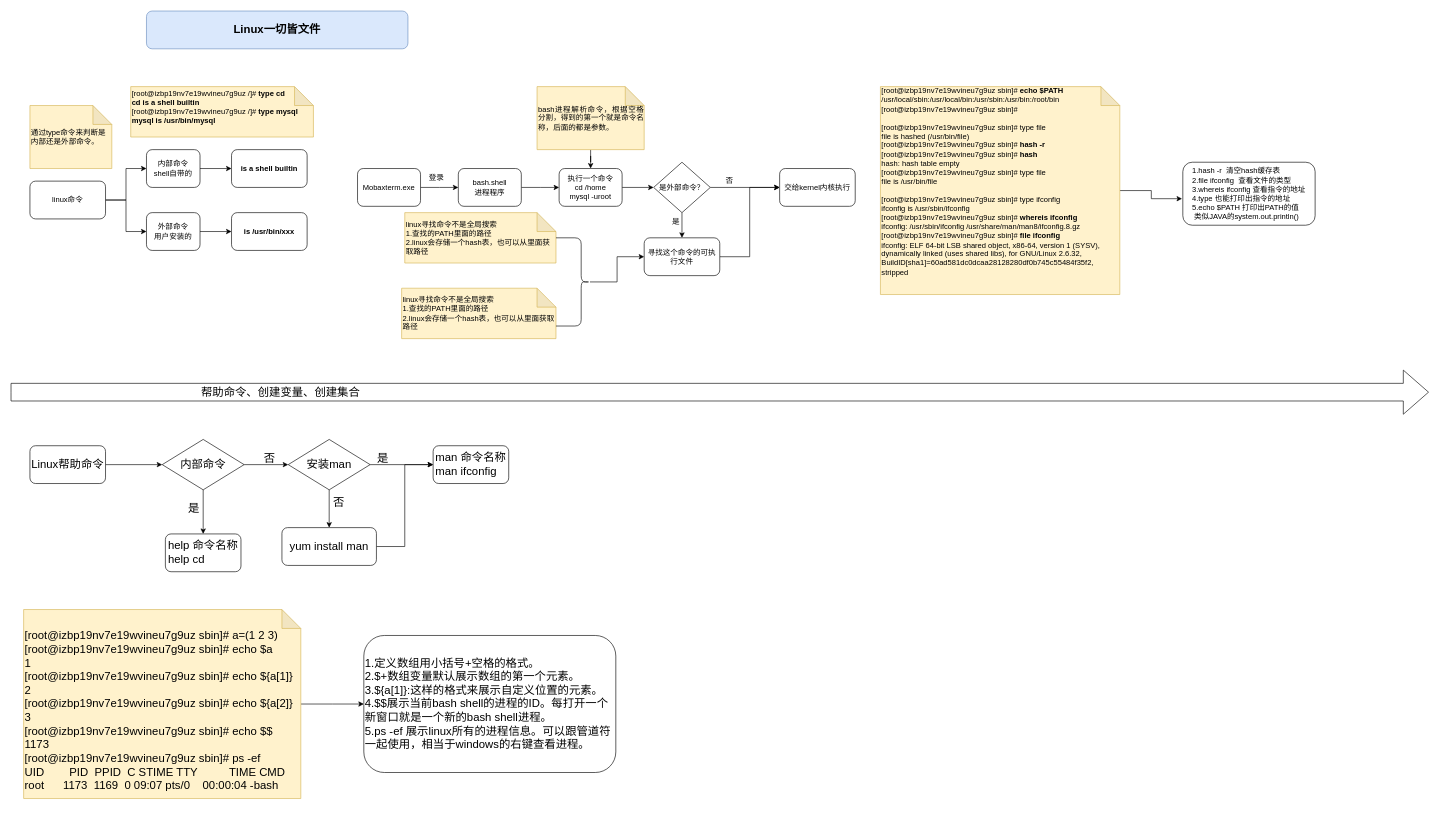
The draw.io diagram Others/linux.drawio in KGwolf/MyDraw, before the edit. Source tidied: cells renumbered, new cells numbered last; positions are measured from the earlier drawing's top-left corner, leaving out a move shared by most shapes. Both pictures are drawn from the tidied source at 63%, with x=0, y=0 at pixel (11, 11).
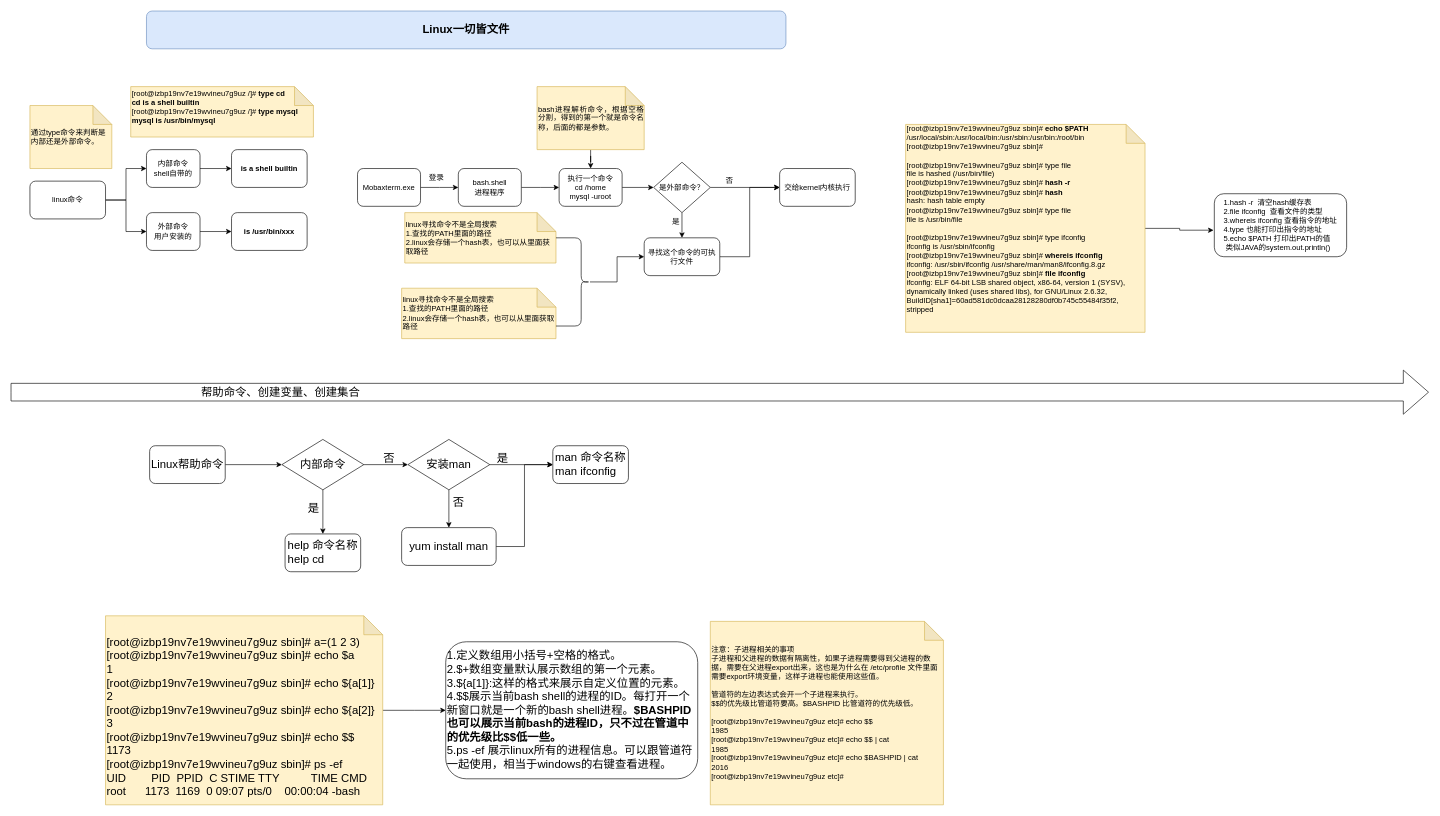
The same page after the edit.

The edit, as a diff of the source:
```diff
@@
     <mxCell id="33" value="&lt;div&gt;&lt;div&gt;[root@izbp19nv7e19wvineu7g9uz sbin]# &lt;b&gt;echo $PATH&lt;/b&gt;&lt;/div&gt;&lt;div&gt;/usr/local/sbin:/usr/local/bin:/usr/sbin:/usr/bin:/root/bin&lt;/div&gt;&lt;div&gt;[root@izbp19nv7e19wvineu7g9uz sbin]#&lt;/div&gt;&lt;/div&gt;&lt;div&gt;&lt;br&gt;&lt;/div&gt;&lt;div&gt;[root@izbp19nv7e19wvineu7g9uz sbin]# type file&lt;/div&gt;&lt;div&gt;file is hashed (/usr/bin/file)&lt;/div&gt;&lt;div&gt;[root@izbp19nv7e19wvineu7g9uz sbin]# &lt;b&gt;hash -r&lt;/b&gt;&lt;/div&gt;&lt;div&gt;[root@izbp19nv7e19wvineu7g9uz sbin]# &lt;b&gt;hash&lt;/b&gt;&lt;/div&gt;&lt;div&gt;hash: hash table empty&lt;/div&gt;&lt;div&gt;[root@izbp19nv7e19wvineu7g9uz sbin]# type file&lt;/div&gt;&lt;div&gt;file is /usr/bin/file&lt;/div&gt;&lt;div&gt;&lt;br&gt;&lt;/div&gt;&lt;div&gt;&lt;div&gt;[root@izbp19nv7e19wvineu7g9uz sbin]# type ifconfig&lt;/div&gt;&lt;div&gt;ifconfig is /usr/sbin/ifconfig&lt;/div&gt;&lt;div&gt;[root@izbp19nv7e19wvineu7g9uz sbin]# &lt;b&gt;whereis ifconfig&lt;/b&gt;&lt;/div&gt;&lt;div&gt;ifconfig: /usr/sbin/ifconfig /usr/share/man/man8/ifconfig.8.gz&lt;/div&gt;&lt;div&gt;[root@izbp19nv7e19wvineu7g9uz sbin]# &lt;b&gt;file ifconfig&lt;/b&gt;&lt;/div&gt;&lt;div&gt;ifconfig: ELF 64-bit LSB shared object, x86-64, version 1 (SYSV), dynamically linked (uses shared libs), for GNU/Linux 2.6.32, BuildID[sha1]=60ad581dc0dcaa28128280df0b745c55484f35f2, stripped&lt;/div&gt;&lt;/div&gt;&lt;div&gt;&lt;br&gt;&lt;/div&gt;&lt;div&gt;&lt;br&gt;&lt;/div&gt;" style="shape=note;whiteSpace=wrap;html=1;backgroundOutline=1;darkOpacity=0.05;fillColor=#fff2cc;strokeColor=#d6b656;align=left;" parent="1" vertex="1">
-      <mxGeometry x="1380" y="120" width="380" height="330" as="geometry" />
+      <mxGeometry x="1420" y="180" width="380" height="330" as="geometry" />
     </mxCell>
@@
     <mxCell id="36" value="&lt;div style=&quot;text-align: left;&quot;&gt;&lt;span style=&quot;background-color: initial;&quot;&gt;1.hash -r&amp;nbsp; 清空hash缓存表&lt;/span&gt;&lt;/div&gt;&lt;div style=&quot;text-align: left;&quot;&gt;&lt;span style=&quot;background-color: initial;&quot;&gt;2.file ifconfig&amp;nbsp; 查看文件的类型&lt;/span&gt;&lt;/div&gt;&lt;div style=&quot;text-align: left;&quot;&gt;&lt;span style=&quot;background-color: initial;&quot;&gt;3.whereis ifconfig 查看指令的地址&lt;/span&gt;&lt;/div&gt;&lt;div style=&quot;text-align: left;&quot;&gt;&lt;span style=&quot;background-color: initial;&quot;&gt;4.type 也能打印出指令的地址&lt;/span&gt;&lt;/div&gt;&lt;div style=&quot;text-align: left;&quot;&gt;&lt;span style=&quot;background-color: initial;&quot;&gt;5.echo $PATH 打印出PATH的值&lt;/span&gt;&lt;/div&gt;&lt;div style=&quot;text-align: left;&quot;&gt;&lt;span style=&quot;background-color: initial;&quot;&gt;&amp;nbsp;类似JAVA的system.out.println()&lt;/span&gt;&lt;/div&gt;" style="rounded=1;whiteSpace=wrap;html=1;" parent="1" vertex="1">
-      <mxGeometry x="1860" y="240" width="210" height="100" as="geometry" />
+      <mxGeometry x="1910" y="290" width="210" height="100" as="geometry" />
     </mxCell>
     <mxCell id="37" value="&lt;font style=&quot;font-size: 18px;&quot;&gt;&lt;b&gt;Linux一切皆文件&lt;/b&gt;&lt;/font&gt;" style="rounded=1;whiteSpace=wrap;html=1;fillColor=#dae8fc;strokeColor=#6c8ebf;" parent="1" vertex="1">
-      <mxGeometry x="215" width="415" height="60" as="geometry" />
+      <mxGeometry x="215" width="1015" height="60" as="geometry" />
     </mxCell>
@@
     <mxCell id="40" value="Linux帮助命令" style="rounded=1;whiteSpace=wrap;html=1;fontSize=18;" parent="1" vertex="1">
-      <mxGeometry x="30" y="690" width="120" height="60" as="geometry" />
+      <mxGeometry x="220" y="690" width="120" height="60" as="geometry" />
     </mxCell>
@@
     <mxCell id="43" value="内部命令" style="rhombus;whiteSpace=wrap;html=1;fontSize=18;" parent="1" vertex="1">
-      <mxGeometry x="240" y="680" width="130" height="80" as="geometry" />
+      <mxGeometry x="430" y="680" width="130" height="80" as="geometry" />
     </mxCell>
     <mxCell id="44" value="help 命令名称&lt;br&gt;&lt;div style=&quot;text-align: left;&quot;&gt;&lt;span style=&quot;background-color: initial;&quot;&gt;help cd&lt;/span&gt;&lt;/div&gt;" style="rounded=1;whiteSpace=wrap;html=1;fontSize=18;" parent="1" vertex="1">
-      <mxGeometry x="245" y="830" width="120" height="60" as="geometry" />
+      <mxGeometry x="435" y="830" width="120" height="60" as="geometry" />
     </mxCell>
     <mxCell id="45" value="是" style="text;html=1;align=center;verticalAlign=middle;strokeColor=none;fillColor=none;fontSize=18;" parent="1" vertex="1">
-      <mxGeometry x="270" y="770" width="40" height="40" as="geometry" />
+      <mxGeometry x="460" y="770" width="40" height="40" as="geometry" />
     </mxCell>
     <mxCell id="46" value="man 命令名称&lt;br&gt;&lt;div style=&quot;text-align: left;&quot;&gt;&lt;span style=&quot;background-color: initial;&quot;&gt;man ifconfig&lt;/span&gt;&lt;/div&gt;" style="rounded=1;whiteSpace=wrap;html=1;fontSize=18;" parent="1" vertex="1">
-      <mxGeometry x="670" y="690" width="120" height="60" as="geometry" />
+      <mxGeometry x="860" y="690" width="120" height="60" as="geometry" />
     </mxCell>
     <mxCell id="47" value="否" style="text;html=1;align=center;verticalAlign=middle;strokeColor=none;fillColor=none;fontSize=18;" parent="1" vertex="1">
-      <mxGeometry x="390" y="690" width="40" height="40" as="geometry" />
+      <mxGeometry x="580" y="690" width="40" height="40" as="geometry" />
     </mxCell>
@@
     <mxCell id="50" value="安装man" style="rhombus;whiteSpace=wrap;html=1;fontSize=18;" parent="1" vertex="1">
-      <mxGeometry x="440" y="680" width="130" height="80" as="geometry" />
+      <mxGeometry x="630" y="680" width="130" height="80" as="geometry" />
     </mxCell>
@@
     <mxCell id="52" value="yum install man" style="rounded=1;whiteSpace=wrap;html=1;fontSize=18;" parent="1" vertex="1">
-      <mxGeometry x="430" y="820" width="150" height="60" as="geometry" />
+      <mxGeometry x="620" y="820" width="150" height="60" as="geometry" />
     </mxCell>
     <mxCell id="53" value="是" style="text;html=1;align=center;verticalAlign=middle;strokeColor=none;fillColor=none;fontSize=18;" parent="1" vertex="1">
-      <mxGeometry x="570" y="690" width="40" height="40" as="geometry" />
+      <mxGeometry x="760" y="690" width="40" height="40" as="geometry" />
     </mxCell>
     <mxCell id="54" value="否" style="text;html=1;align=center;verticalAlign=middle;strokeColor=none;fillColor=none;fontSize=18;" parent="1" vertex="1">
-      <mxGeometry x="500" y="760" width="40" height="40" as="geometry" />
+      <mxGeometry x="690" y="760" width="40" height="40" as="geometry" />
     </mxCell>
@@
     <mxCell id="56" value="&lt;div&gt;&lt;br&gt;&lt;/div&gt;&lt;div&gt;[root@izbp19nv7e19wvineu7g9uz sbin]# a=(1 2 3)&lt;/div&gt;&lt;div&gt;[root@izbp19nv7e19wvineu7g9uz sbin]# echo $a&lt;/div&gt;&lt;div&gt;1&lt;/div&gt;&lt;div&gt;[root@izbp19nv7e19wvineu7g9uz sbin]# echo ${a[1]}&lt;/div&gt;&lt;div&gt;2&lt;/div&gt;&lt;div&gt;[root@izbp19nv7e19wvineu7g9uz sbin]# echo ${a[2]}&lt;/div&gt;&lt;div&gt;3&lt;/div&gt;&lt;div&gt;[root@izbp19nv7e19wvineu7g9uz sbin]# echo $$&lt;/div&gt;&lt;div&gt;1173&lt;/div&gt;&lt;div&gt;[root@izbp19nv7e19wvineu7g9uz sbin]# ps -ef&lt;/div&gt;&lt;div&gt;&lt;div&gt;UID&amp;nbsp; &amp;nbsp; &amp;nbsp; &amp;nbsp; PID&amp;nbsp; PPID&amp;nbsp; C STIME TTY&amp;nbsp; &amp;nbsp; &amp;nbsp; &amp;nbsp; &amp;nbsp; TIME CMD&lt;/div&gt;&lt;/div&gt;&lt;div&gt;&lt;div&gt;root&amp;nbsp; &amp;nbsp; &amp;nbsp; 1173&amp;nbsp; 1169&amp;nbsp; 0 09:07 pts/0&amp;nbsp; &amp;nbsp; 00:00:04 -bash&lt;/div&gt;&lt;/div&gt;" style="shape=note;whiteSpace=wrap;html=1;backgroundOutline=1;darkOpacity=0.05;fontSize=18;align=left;fillColor=#fff2cc;strokeColor=#d6b656;" parent="1" vertex="1">
-      <mxGeometry x="20" y="950" width="440" height="300" as="geometry" />
+      <mxGeometry x="150" y="960" width="440" height="300" as="geometry" />
     </mxCell>
-    <mxCell id="57" value="&lt;font style=&quot;&quot;&gt;&lt;font style=&quot;font-size: 18px;&quot;&gt;1.定义数组用小括号+空格的格式。&lt;br&gt;2.$+数组变量默认展示数组的第一个元素。&lt;br&gt;3.${a[1]}:这样的格式来展示自定义位置的元素。&lt;br&gt;4.$$展示当前bash shell的进程的ID。每打开一个新窗口就是一个新的bash shell进程。&lt;br&gt;5.ps -ef 展示linux所有的进程信息。可以跟管道符一起使用，相当于windows的右键查看进程。&lt;/font&gt;&lt;br&gt;&lt;/font&gt;" style="rounded=1;whiteSpace=wrap;html=1;fontSize=18;align=left;" parent="1" vertex="1">
-      <mxGeometry x="560" y="991.2" width="400" height="217.5" as="geometry" />
+    <mxCell id="57" value="&lt;font style=&quot;&quot;&gt;&lt;font style=&quot;font-size: 18px;&quot;&gt;1.定义数组用小括号+空格的格式。&lt;br&gt;2.$+数组变量默认展示数组的第一个元素。&lt;br&gt;3.${a[1]}:这样的格式来展示自定义位置的元素。&lt;br&gt;4.$$展示当前bash shell的进程的ID。每打开一个新窗口就是一个新的bash shell进程。&lt;b&gt;$BASHPID也可以展示当前bash的进程ID，只不过在管道中的优先级比$$低一些。&lt;/b&gt;&lt;br&gt;5.ps -ef 展示linux所有的进程信息。可以跟管道符一起使用，相当于windows的右键查看进程。&lt;/font&gt;&lt;br&gt;&lt;/font&gt;" style="rounded=1;whiteSpace=wrap;html=1;fontSize=18;align=left;" parent="1" vertex="1">
+      <mxGeometry x="690" y="1001.2" width="400" height="217.5" as="geometry" />
     </mxCell>
+    <mxCell id="58" value="注意：子进程相关的事项&lt;br&gt;子进程和父进程的数据有隔离性，如果子进程需要得到父进程的数据，需要在父进程export出来，这也是为什么在 /etc/profile 文件里面需要export环境变量，这样子进程也能使用这些值。&lt;br&gt;&lt;br&gt;管道符的左边表达式会开一个子进程来执行。&lt;br&gt;$$的优先级比管道符要高。$BASHPID 比管道符的优先级低。&lt;br&gt;&lt;br&gt;&lt;div&gt;[root@izbp19nv7e19wvineu7g9uz etc]# echo $$&lt;/div&gt;&lt;div&gt;1985&lt;/div&gt;&lt;div&gt;[root@izbp19nv7e19wvineu7g9uz etc]# echo $$ | cat&lt;/div&gt;&lt;div&gt;1985&lt;/div&gt;&lt;div&gt;[root@izbp19nv7e19wvineu7g9uz etc]# echo $BASHPID | cat&lt;/div&gt;&lt;div&gt;2016&lt;/div&gt;&lt;div&gt;[root@izbp19nv7e19wvineu7g9uz etc]#&amp;nbsp;&lt;/div&gt;" style="shape=note;whiteSpace=wrap;html=1;backgroundOutline=1;darkOpacity=0.05;fillColor=#fff2cc;strokeColor=#d6b656;align=left;" parent="1" vertex="1">
+      <mxGeometry x="1110" y="968.8" width="370" height="291.2" as="geometry" />
+    </mxCell>
```
